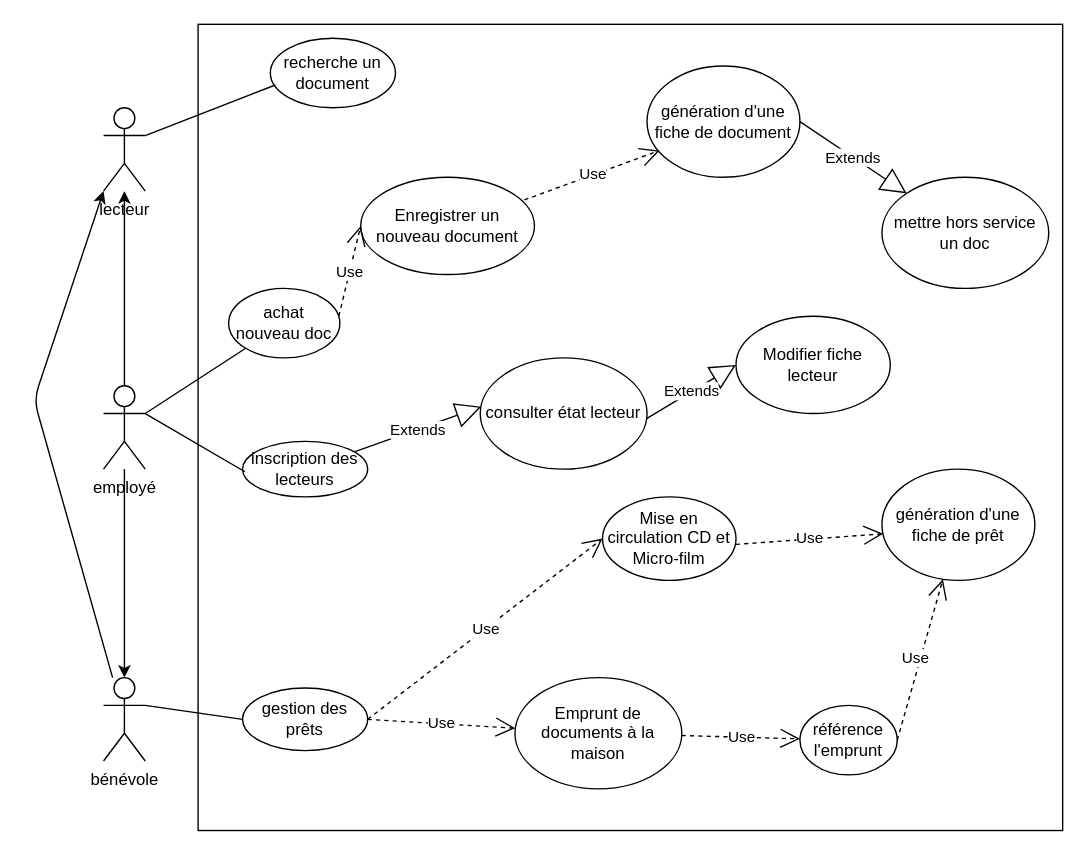
This is page "cas utilisation" (1 of 3) of Eval_UML.drawio from AlexandrePitiot/Mon-depot-distant, a draw.io file, before an edit. Source tidied: cells renumbered, new cells numbered last; positions are measured from the earlier drawing's top-left corner, leaving out a move shared by most shapes. Both pictures are drawn from the tidied source at 139%, with x=0, y=0 at pixel (33, 24).
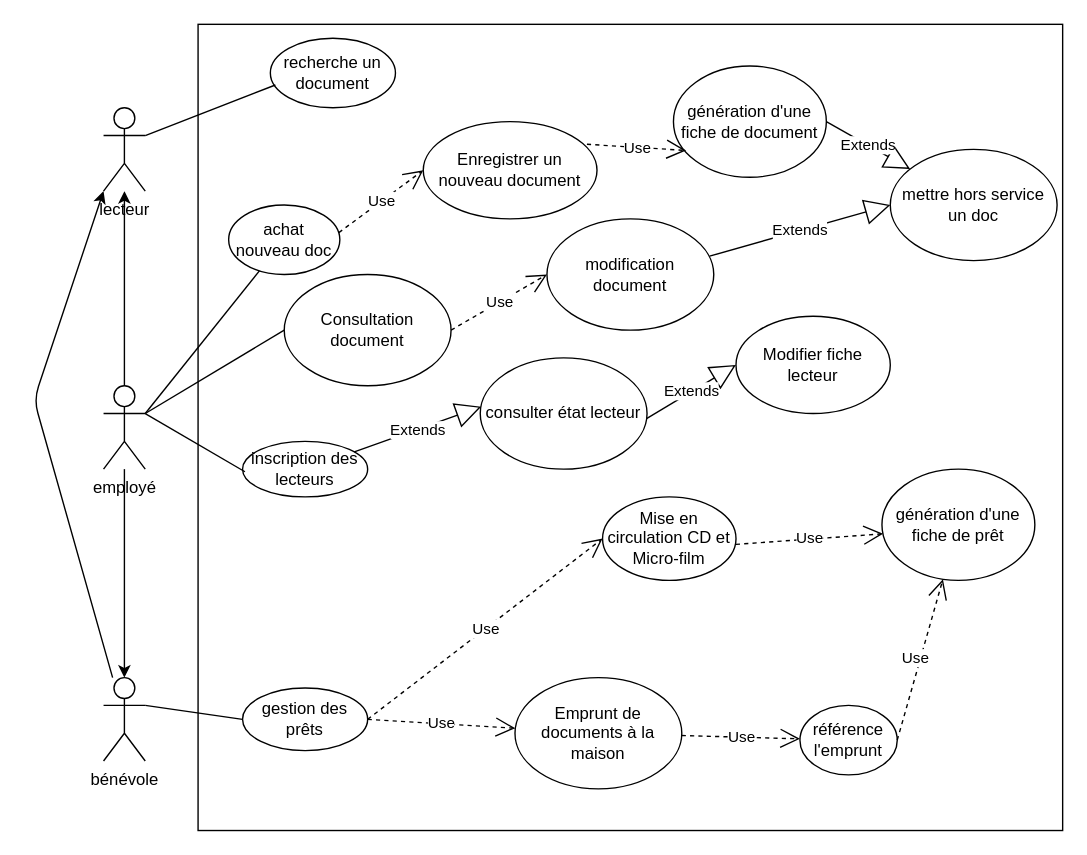
After the change.

The change refers to these unchanged cells:
```xml
<mxCell id="3" value="employé" style="shape=umlActor;verticalLabelPosition=bottom;verticalAlign=top;html=1;" parent="1" vertex="1">
  <mxGeometry x="50" y="260" width="30" height="60" as="geometry" />
</mxCell>
```

What changed in the source:
```diff
@@
     <mxCell id="8" value="achat nouveau doc" style="ellipse;whiteSpace=wrap;html=1;" parent="1" vertex="1">
-      <mxGeometry x="140" y="190" width="80" height="50" as="geometry" />
+      <mxGeometry x="140" y="130" width="80" height="50" as="geometry" />
     </mxCell>
@@
     <mxCell id="14" value="Enregistrer un nouveau document" style="ellipse;whiteSpace=wrap;html=1;" parent="1" vertex="1">
-      <mxGeometry x="235" y="110" width="125" height="70" as="geometry" />
+      <mxGeometry x="280" y="70" width="125" height="70" as="geometry" />
     </mxCell>
@@
     <mxCell id="19" value="mettre hors service un doc" style="ellipse;whiteSpace=wrap;html=1;" parent="1" vertex="1">
-      <mxGeometry x="610" y="110" width="120" height="80" as="geometry" />
+      <mxGeometry x="616" y="90" width="120" height="80" as="geometry" />
     </mxCell>
@@
     <mxCell id="31" value="&lt;span&gt;génération d'une fiche de document&lt;/span&gt;" style="ellipse;whiteSpace=wrap;html=1;" parent="1" vertex="1">
-      <mxGeometry x="441" y="30" width="110" height="80" as="geometry" />
+      <mxGeometry x="460" y="30" width="110" height="80" as="geometry" />
     </mxCell>
@@
+    <mxCell id="36" value="Consultation document" style="ellipse;whiteSpace=wrap;html=1;" parent="1" vertex="1">
+      <mxGeometry x="180" y="180" width="120" height="80" as="geometry" />
+    </mxCell>
+    <mxCell id="37" value="modification document" style="ellipse;whiteSpace=wrap;html=1;" parent="1" vertex="1">
+      <mxGeometry x="369" y="140" width="120" height="80" as="geometry" />
+    </mxCell>
+    <mxCell id="38" value="Use" style="endArrow=open;endSize=12;dashed=1;html=1;exitX=1;exitY=0.5;exitDx=0;exitDy=0;entryX=0;entryY=0.5;entryDx=0;entryDy=0;" parent="1" edge="1" source="36" target="37">
+      <mxGeometry relative="1" as="geometry" />
+    </mxCell>
+    <mxCell id="39" value="Extends" style="endArrow=block;endSize=16;endFill=0;html=1;entryX=0;entryY=0.5;entryDx=0;entryDy=0;exitX=0.975;exitY=0.335;exitDx=0;exitDy=0;exitPerimeter=0;" parent="1" edge="1" source="37" target="19">
+      <mxGeometry relative="1" as="geometry" />
+    </mxCell>
+    <mxCell id="40" style="endArrow=none;html=1;exitX=1;exitY=0.3333333333333333;exitDx=0;exitDy=0;exitPerimeter=0;entryX=0;entryY=0.5;entryDx=0;entryDy=0;" parent="1" edge="1" source="3" target="36">
+      <mxGeometry relative="1" as="geometry" />
+    </mxCell>
```
